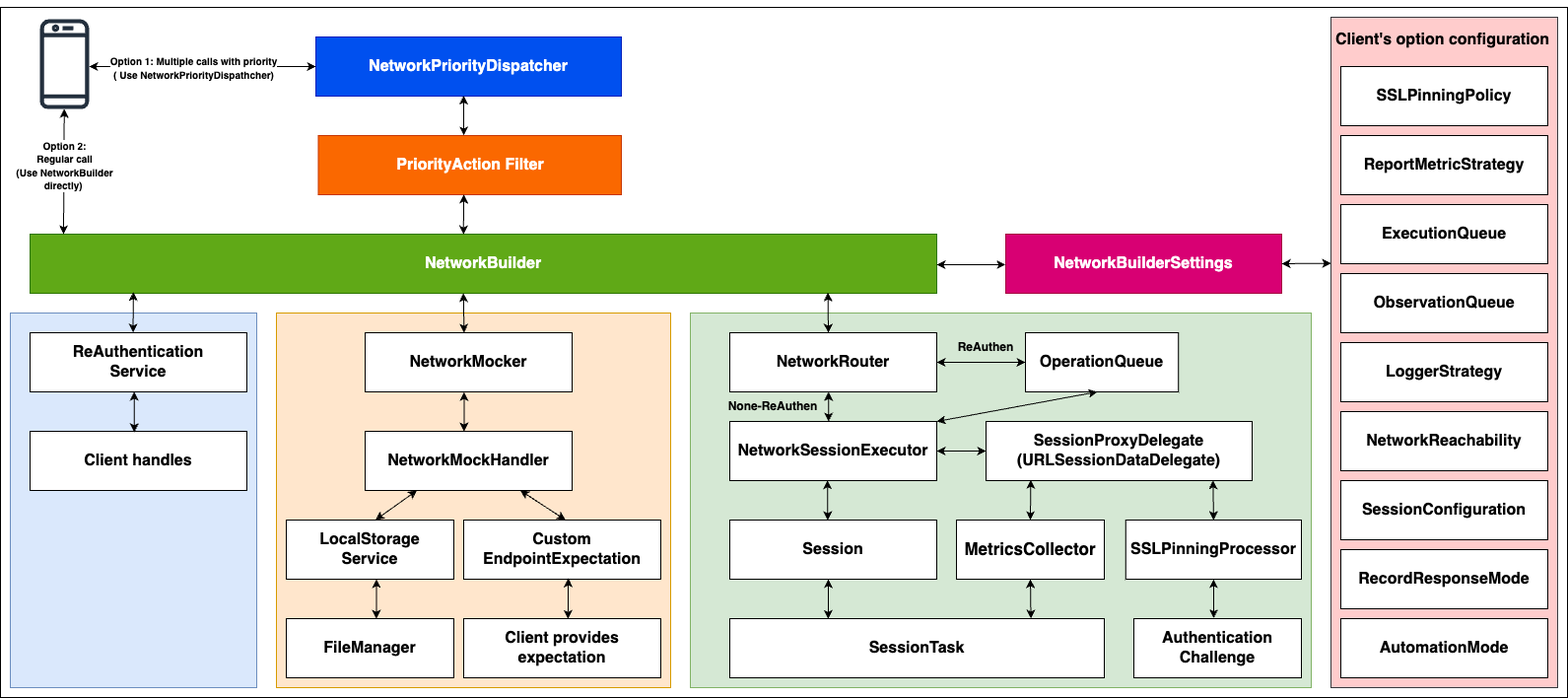
Before: Documents/NetworkCompose-Architecture.png, a diagram exported from draw.io (harryngict/NetworkCompose). Source tidied: cells renumbered, new cells last; positions are measured from the earlier drawing's top-left corner, leaving out a move shared by most shapes.
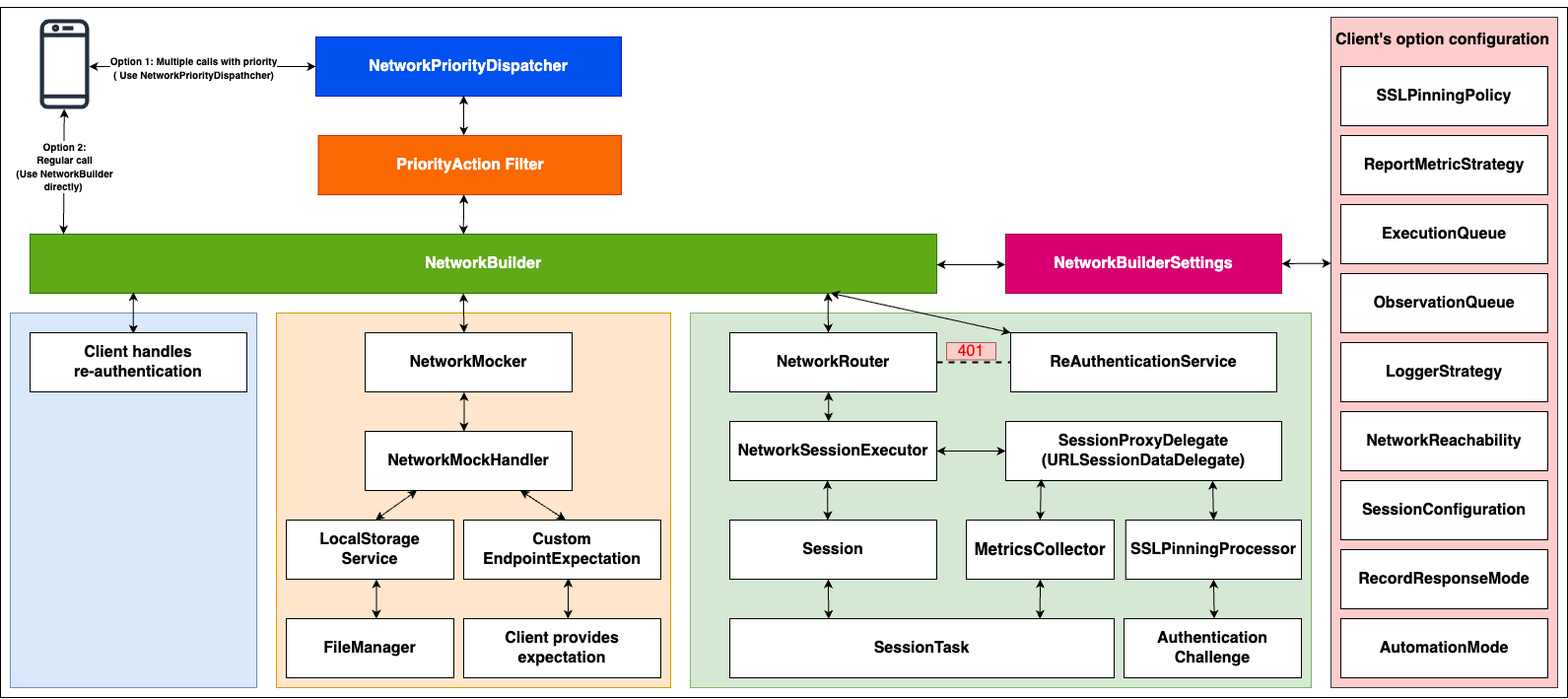
After the commit.

Change to the diagram source:
```diff
@@ -36,19 +36,19 @@
       <mxGeometry x="740" y="420" width="210" height="60" as="geometry" />
     </mxCell>
     <mxCell id="13" value="&lt;font style=&quot;font-size: 16px;&quot;&gt;&lt;b&gt;SessionProxyDelegate&lt;br&gt;(URLSessionDataDelegate)&lt;/b&gt;&lt;/font&gt;" style="rounded=0;whiteSpace=wrap;html=1;" parent="1" vertex="1">
-      <mxGeometry x="1000" y="420" width="270" height="60" as="geometry" />
+      <mxGeometry x="1020" y="420" width="280" height="60" as="geometry" />
     </mxCell>
     <mxCell id="14" value="&lt;font style=&quot;font-size: 17px;&quot;&gt;&lt;b&gt;MetricsCollector&lt;/b&gt;&lt;/font&gt;" style="rounded=0;whiteSpace=wrap;html=1;" parent="1" vertex="1">
-      <mxGeometry x="970" y="520" width="150" height="60" as="geometry" />
+      <mxGeometry x="980" y="520" width="150" height="60" as="geometry" />
     </mxCell>
     <mxCell id="15" value="&lt;font style=&quot;font-size: 16px;&quot;&gt;&lt;b&gt;SSLPinningProcessor&lt;/b&gt;&lt;/font&gt;" style="rounded=0;whiteSpace=wrap;html=1;" parent="1" vertex="1">
       <mxGeometry x="1141.8" y="520" width="178.2" height="60" as="geometry" />
     </mxCell>
     <mxCell id="16" value="&lt;font style=&quot;font-size: 16px;&quot;&gt;&lt;b&gt;SessionTask&lt;/b&gt;&lt;/font&gt;" style="rounded=0;whiteSpace=wrap;html=1;" parent="1" vertex="1">
-      <mxGeometry x="740" y="620" width="380" height="60" as="geometry" />
+      <mxGeometry x="740" y="620" width="390" height="60" as="geometry" />
     </mxCell>
     <mxCell id="17" value="&lt;font style=&quot;font-size: 16px;&quot;&gt;&lt;b&gt;Authentication&lt;br&gt;Challenge&lt;/b&gt;&lt;/font&gt;" style="rounded=0;whiteSpace=wrap;html=1;" parent="1" vertex="1">
-      <mxGeometry x="1150" y="620" width="170" height="60" as="geometry" />
+      <mxGeometry x="1140" y="620" width="180" height="60" as="geometry" />
     </mxCell>
     <mxCell id="18" value="&lt;font style=&quot;font-size: 16px;&quot;&gt;&lt;b&gt;NetworkMockHandler&lt;/b&gt;&lt;/font&gt;" style="rounded=0;whiteSpace=wrap;html=1;" parent="1" vertex="1">
       <mxGeometry x="370" y="430" width="210" height="60" as="geometry" />
@@ -104,24 +104,15 @@
     <mxCell id="34" value="&lt;font style=&quot;font-size: 16px;&quot;&gt;&lt;b&gt;SSLPinningPolicy&lt;/b&gt;&lt;/font&gt;" style="rounded=0;whiteSpace=wrap;html=1;" parent="1" vertex="1">
       <mxGeometry x="1360" y="60" width="210" height="60" as="geometry" />
     </mxCell>
-    <mxCell id="35" value="&lt;font style=&quot;font-size: 16px;&quot;&gt;&lt;b&gt;ReAuthentication&lt;br&gt;Service&lt;/b&gt;&lt;/font&gt;" style="rounded=0;whiteSpace=wrap;html=1;" parent="1" vertex="1">
-      <mxGeometry x="30" y="330" width="220" height="60" as="geometry" />
-    </mxCell>
     <mxCell id="36" value="&lt;h1 style=&quot;&quot;&gt;&lt;font style=&quot;font-size: 16px;&quot;&gt;Client's option configuration&lt;/font&gt;&lt;br&gt;&lt;/h1&gt;" style="text;html=1;strokeColor=none;fillColor=none;spacing=5;spacingTop=-20;whiteSpace=wrap;overflow=hidden;rounded=0;" parent="1" vertex="1">
       <mxGeometry x="1350" y="10" width="230" height="40" as="geometry" />
     </mxCell>
     <mxCell id="37" style="edgeStyle=orthogonalEdgeStyle;rounded=0;orthogonalLoop=1;jettySize=auto;html=1;exitX=0.5;exitY=1;exitDx=0;exitDy=0;" parent="1" edge="1" source="4" target="4">
       <mxGeometry relative="1" as="geometry" />
     </mxCell>
-    <mxCell id="38" value="&lt;b&gt;&lt;font style=&quot;font-size: 16px;&quot;&gt;Client handles&lt;/font&gt;&lt;/b&gt;" style="rounded=0;whiteSpace=wrap;html=1;" parent="1" vertex="1">
-      <mxGeometry x="30" y="430" width="220" height="60" as="geometry" />
+    <mxCell id="38" value="&lt;font style=&quot;font-size: 16px;&quot;&gt;&lt;b&gt;Client handles &lt;br&gt;re-authentication&lt;/b&gt;&lt;/font&gt;&lt;b&gt;&lt;font style=&quot;font-size: 16px;&quot;&gt;&lt;br&gt;&lt;/font&gt;&lt;/b&gt;" style="rounded=0;whiteSpace=wrap;html=1;" parent="1" vertex="1">
+      <mxGeometry x="30" y="330" width="220" height="60" as="geometry" />
     </mxCell>
-    <mxCell id="39" value="&lt;font style=&quot;font-size: 16px;&quot;&gt;&lt;b&gt;OperationQueue&lt;/b&gt;&lt;/font&gt;" style="rounded=0;whiteSpace=wrap;html=1;" parent="1" vertex="1">
-      <mxGeometry x="1040" y="330" width="155.2" height="60" as="geometry" />
-    </mxCell>
-    <mxCell id="40" value="&lt;font size=&quot;1&quot; style=&quot;&quot;&gt;&lt;b style=&quot;font-size: 12px;&quot;&gt;ReAuthen&lt;/b&gt;&lt;/font&gt;" style="text;html=1;strokeColor=none;fillColor=none;align=center;verticalAlign=middle;whiteSpace=wrap;rounded=0;" parent="1" vertex="1">
-      <mxGeometry x="970" y="330" width="60" height="30" as="geometry" />
-    </mxCell>
     <mxCell id="41" style="sketch=0;outlineConnect=0;fontColor=#232F3E;gradientColor=none;fillColor=#232F3D;strokeColor=none;dashed=0;verticalLabelPosition=bottom;verticalAlign=top;align=center;html=1;fontSize=12;fontStyle=0;shape=mxgraph.aws4.mobile_client;" parent="1" vertex="1">
       <mxGeometry x="40" y="10" width="49.9" height="95" as="geometry" />
     </mxCell>
@@ -131,12 +122,9 @@
     <mxCell id="43" style="endArrow=classic;startArrow=classic;html=1;rounded=0;entryX=0.48;entryY=0.998;entryDx=0;entryDy=0;entryPerimeter=0;exitX=0.478;exitY=0.003;exitDx=0;exitDy=0;exitPerimeter=0;" parent="1" edge="1" source="7" target="23">
       <mxGeometry relative="1" as="geometry" />
     </mxCell>
-    <mxCell id="44" style="endArrow=classic;startArrow=classic;html=1;rounded=0;entryX=0.114;entryY=0.978;entryDx=0;entryDy=0;entryPerimeter=0;exitX=0.475;exitY=-0.002;exitDx=0;exitDy=0;exitPerimeter=0;" parent="1" edge="1" source="35" target="7">
+    <mxCell id="44" style="endArrow=classic;startArrow=classic;html=1;rounded=0;entryX=0.114;entryY=0.978;entryDx=0;entryDy=0;entryPerimeter=0;exitX=0.476;exitY=0.018;exitDx=0;exitDy=0;exitPerimeter=0;" parent="1" edge="1" source="38" target="7">
       <mxGeometry relative="1" as="geometry" />
     </mxCell>
-    <mxCell id="45" style="endArrow=classic;startArrow=classic;html=1;rounded=0;exitX=0.481;exitY=0.014;exitDx=0;exitDy=0;exitPerimeter=0;entryX=0.481;entryY=0.997;entryDx=0;entryDy=0;entryPerimeter=0;" parent="1" edge="1" source="38" target="35">
-      <mxGeometry relative="1" as="geometry" />
-    </mxCell>
     <mxCell id="46" style="endArrow=classic;startArrow=classic;html=1;rounded=0;entryX=0.478;entryY=0.997;entryDx=0;entryDy=0;entryPerimeter=0;exitX=0.478;exitY=-0.002;exitDx=0;exitDy=0;exitPerimeter=0;" parent="1" edge="1" source="8" target="7">
       <mxGeometry relative="1" as="geometry" />
     </mxCell>
@@ -166,17 +154,11 @@
     <mxCell id="54" style="endArrow=classic;startArrow=classic;html=1;rounded=0;entryX=0.472;entryY=0.996;entryDx=0;entryDy=0;entryPerimeter=0;exitX=0.473;exitY=0.003;exitDx=0;exitDy=0;exitPerimeter=0;" parent="1" edge="1" source="10" target="12">
       <mxGeometry relative="1" as="geometry" />
     </mxCell>
-    <mxCell id="55" style="endArrow=classic;startArrow=classic;html=1;rounded=0;exitX=0.263;exitY=0.005;exitDx=0;exitDy=0;exitPerimeter=0;" parent="1" edge="1" source="16">
+    <mxCell id="55" style="endArrow=classic;startArrow=classic;html=1;rounded=0;exitX=0.257;exitY=0.006;exitDx=0;exitDy=0;exitPerimeter=0;" parent="1" edge="1" source="16">
       <mxGeometry relative="1" as="geometry">
         <mxPoint x="840" y="580" as="targetPoint" />
       </mxGeometry>
     </mxCell>
-    <mxCell id="56" style="endArrow=classic;startArrow=classic;html=1;rounded=0;exitX=1;exitY=0.5;exitDx=0;exitDy=0;entryX=0;entryY=0.5;entryDx=0;entryDy=0;" parent="1" edge="1" source="9" target="39">
-      <mxGeometry relative="1" as="geometry" />
-    </mxCell>
-    <mxCell id="57" style="endArrow=classic;startArrow=classic;html=1;rounded=0;entryX=0.47;entryY=1;entryDx=0;entryDy=0;entryPerimeter=0;exitX=1;exitY=0;exitDx=0;exitDy=0;" parent="1" edge="1" source="12" target="39">
-      <mxGeometry relative="1" as="geometry" />
-    </mxCell>
     <mxCell id="58" style="endArrow=classic;startArrow=classic;html=1;rounded=0;exitX=1;exitY=0.5;exitDx=0;exitDy=0;entryX=0;entryY=0.5;entryDx=0;entryDy=0;" parent="1" edge="1" source="12" target="13">
       <mxGeometry relative="1" as="geometry" />
     </mxCell>
@@ -185,24 +167,21 @@
         <mxPoint x="950" y="261" as="sourcePoint" />
       </mxGeometry>
     </mxCell>
-    <mxCell id="60" style="endArrow=classic;startArrow=classic;html=1;rounded=0;entryX=0.168;entryY=0.989;entryDx=0;entryDy=0;entryPerimeter=0;exitX=0.5;exitY=0;exitDx=0;exitDy=0;" parent="1" edge="1" source="14" target="13">
+    <mxCell id="60" style="endArrow=classic;startArrow=classic;html=1;rounded=0;exitX=0.5;exitY=0;exitDx=0;exitDy=0;entryX=0.128;entryY=0.97;entryDx=0;entryDy=0;entryPerimeter=0;" parent="1" edge="1" source="14" target="13">
       <mxGeometry relative="1" as="geometry" />
     </mxCell>
-    <mxCell id="61" style="endArrow=classic;startArrow=classic;html=1;rounded=0;entryX=0.5;entryY=1;entryDx=0;entryDy=0;exitX=0.804;exitY=-0.002;exitDx=0;exitDy=0;exitPerimeter=0;" parent="1" edge="1" source="16" target="14">
+    <mxCell id="61" style="endArrow=classic;startArrow=classic;html=1;rounded=0;entryX=0.5;entryY=1;entryDx=0;entryDy=0;exitX=0.807;exitY=0.007;exitDx=0;exitDy=0;exitPerimeter=0;" parent="1" edge="1" source="16" target="14">
       <mxGeometry relative="1" as="geometry" />
     </mxCell>
-    <mxCell id="62" style="endArrow=classic;startArrow=classic;html=1;rounded=0;entryX=0.853;entryY=0.996;entryDx=0;entryDy=0;entryPerimeter=0;exitX=0.5;exitY=0;exitDx=0;exitDy=0;" parent="1" edge="1" source="15" target="13">
+    <mxCell id="62" style="endArrow=classic;startArrow=classic;html=1;rounded=0;entryX=0.75;entryY=1;entryDx=0;entryDy=0;exitX=0.5;exitY=0;exitDx=0;exitDy=0;" parent="1" edge="1" source="15" target="13">
       <mxGeometry relative="1" as="geometry" />
     </mxCell>
-    <mxCell id="63" style="endArrow=classic;startArrow=classic;html=1;rounded=0;entryX=0.5;entryY=1;entryDx=0;entryDy=0;exitX=0.476;exitY=-0.007;exitDx=0;exitDy=0;exitPerimeter=0;" parent="1" edge="1" source="17" target="15">
+    <mxCell id="63" style="endArrow=classic;startArrow=classic;html=1;rounded=0;entryX=0.5;entryY=1;entryDx=0;entryDy=0;exitX=0.509;exitY=0.003;exitDx=0;exitDy=0;exitPerimeter=0;" parent="1" edge="1" source="17" target="15">
       <mxGeometry relative="1" as="geometry" />
     </mxCell>
     <mxCell id="64" style="endArrow=classic;startArrow=classic;html=1;rounded=0;exitX=1;exitY=0.5;exitDx=0;exitDy=0;entryX=0;entryY=0.367;entryDx=0;entryDy=0;entryPerimeter=0;" parent="1" edge="1" source="11" target="25">
       <mxGeometry relative="1" as="geometry" />
     </mxCell>
-    <mxCell id="65" value="&lt;font size=&quot;1&quot; style=&quot;&quot;&gt;&lt;b style=&quot;font-size: 12px;&quot;&gt;None-ReAuthen&lt;/b&gt;&lt;/font&gt;" style="text;html=1;strokeColor=none;fillColor=none;align=center;verticalAlign=middle;whiteSpace=wrap;rounded=0;" parent="1" vertex="1">
-      <mxGeometry x="724" y="390" width="120" height="30" as="geometry" />
-    </mxCell>
     <mxCell id="66" style="endArrow=classic;startArrow=classic;html=1;rounded=0;" parent="1" edge="1" target="41">
       <mxGeometry relative="1" as="geometry">
         <mxPoint x="64" y="230" as="sourcePoint" />
@@ -219,5 +198,17 @@
     <mxCell id="69" value="&lt;b style=&quot;border-color: var(--border-color); font-size: x-small;&quot;&gt;Option 1: Multiple calls with priority&lt;br style=&quot;border-color: var(--border-color);&quot;&gt;( Use NetworkPriorityDispathcher)&lt;/b&gt;" style="edgeLabel;html=1;align=center;verticalAlign=middle;" parent="68" vertex="1">
       <mxGeometry x="-0.09" y="-1" relative="1" as="geometry" />
     </mxCell>
+    <mxCell id="70" value="&lt;b&gt;&lt;font style=&quot;font-size: 16px;&quot;&gt;ReAuthenticationService&lt;/font&gt;&lt;/b&gt;" style="rounded=0;whiteSpace=wrap;html=1;" parent="1" vertex="1">
+      <mxGeometry x="1025" y="330" width="270" height="60" as="geometry" />
+    </mxCell>
+    <mxCell id="71" style="endArrow=classic;startArrow=classic;html=1;rounded=0;entryX=0.883;entryY=0.997;entryDx=0;entryDy=0;entryPerimeter=0;exitX=0;exitY=0;exitDx=0;exitDy=0;" parent="1" edge="1" source="70" target="7">
+      <mxGeometry relative="1" as="geometry" />
+    </mxCell>
+    <mxCell id="72" value="&lt;font color=&quot;#ff0000&quot; style=&quot;font-size: 16px;&quot;&gt;401&lt;/font&gt;" style="text;html=1;strokeColor=#b85450;fillColor=#f8cecc;align=center;verticalAlign=middle;whiteSpace=wrap;rounded=0;" parent="1" vertex="1">
+      <mxGeometry x="960" y="340" width="50" height="17.5" as="geometry" />
+    </mxCell>
+    <mxCell id="73" style="endArrow=none;dashed=1;html=1;rounded=0;exitX=1;exitY=0.5;exitDx=0;exitDy=0;strokeWidth=2;" parent="1" edge="1" source="9" target="70">
+      <mxGeometry relative="1" as="geometry" />
+    </mxCell>
   </root>
 </mxGraphModel>
```
